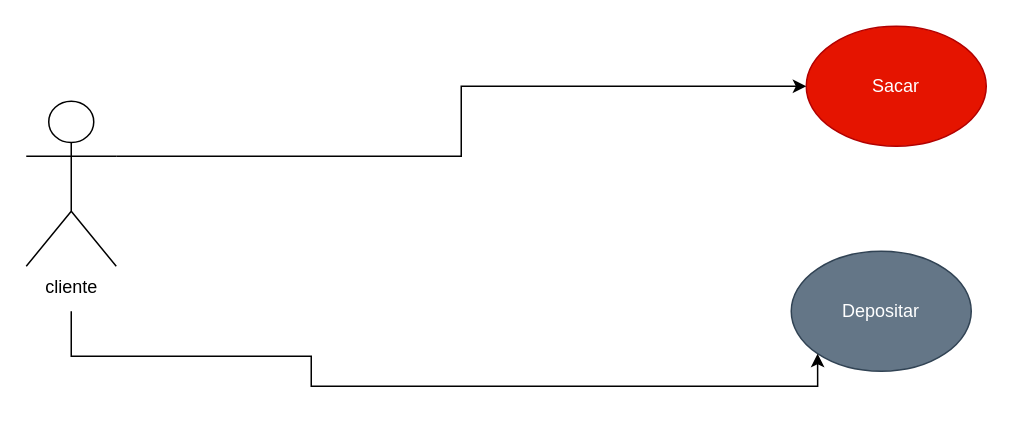
The draw.io diagram page "Página-1" (1 of 11) of Diagrama sem nome.drawio in helio0278/diagramasderequisitos, before the edit. Source tidied: cells renumbered, new cells numbered last; positions are measured from the earlier drawing's top-left corner, leaving out a move shared by most shapes. Both pictures are drawn from the tidied source at 150%, with x=0, y=0 at pixel (26, 26).
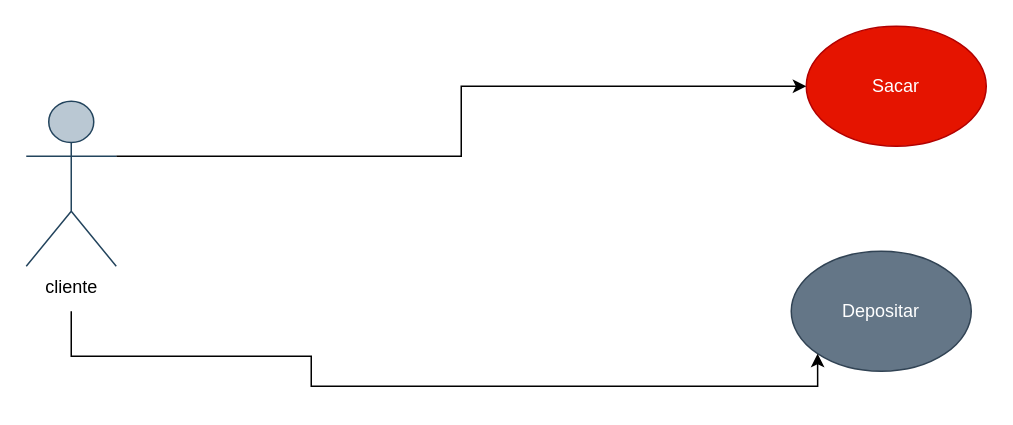
The same diagram, later.

What changed in the source:
```diff
@@
 <mxGraphModel>
   <root>
     <mxCell id="0" />
     <mxCell id="1" parent="0" />
     <mxCell id="2" value="Sacar" style="ellipse;whiteSpace=wrap;html=1;fillColor=#e51400;fontColor=#ffffff;strokeColor=#B20000;" parent="1" vertex="1">
       <mxGeometry x="520" width="120" height="80" as="geometry" />
     </mxCell>
     <mxCell id="3" value="Depositar" style="ellipse;whiteSpace=wrap;html=1;fillColor=#647687;fontColor=#ffffff;strokeColor=#314354;" parent="1" vertex="1">
       <mxGeometry x="510" y="150" width="120" height="80" as="geometry" />
     </mxCell>
     <mxCell id="4" style="edgeStyle=orthogonalEdgeStyle;rounded=0;jettySize=auto;html=1;exitX=1;exitY=0.3333333333333333;exitDx=0;exitDy=0;exitPerimeter=0;entryX=0;entryY=0.5;entryDx=0;entryDy=0;" parent="1" edge="1" source="6" target="2">
       <mxGeometry relative="1" as="geometry" />
     </mxCell>
     <mxCell id="5" style="edgeStyle=orthogonalEdgeStyle;rounded=0;jettySize=auto;html=1;exitX=1;exitY=1;exitDx=0;exitDy=0;exitPerimeter=0;entryX=0;entryY=1;entryDx=0;entryDy=0;" parent="1" edge="1" target="3">
       <mxGeometry relative="1" as="geometry">
         <mxPoint x="30" y="190" as="sourcePoint" />
         <Array as="points">
           <mxPoint x="30" y="220" />
           <mxPoint x="190" y="220" />
           <mxPoint x="190" y="240" />
           <mxPoint x="528" y="240" />
         </Array>
       </mxGeometry>
     </mxCell>
-    <mxCell id="6" value="cliente" style="shape=umlActor;verticalLabelPosition=bottom;verticalAlign=top;html=1;outlineConnect=0;" parent="1" vertex="1">
+    <mxCell id="6" value="cliente" style="shape=umlActor;verticalLabelPosition=bottom;verticalAlign=top;html=1;outlineConnect=0;fillColor=#bac8d3;strokeColor=#23445d;" parent="1" vertex="1">
       <mxGeometry y="50" width="60" height="110" as="geometry" />
     </mxCell>
   </root>
 </mxGraphModel>
```
